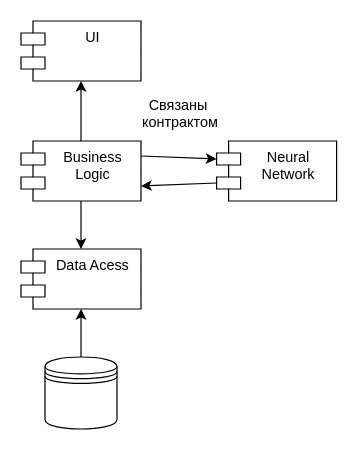
Above: page "components_diag" (1 of 2) of schemes/PPO_components_2.drawio in needsomesleeptd/PPO (draw.io), before the change. Source tidied: cells renumbered, new cells numbered last; positions are measured from the earlier drawing's top-left corner, leaving out a move shared by most shapes. Both pictures are drawn from the tidied source at 120%, with x=0, y=0 at pixel (20, 20).
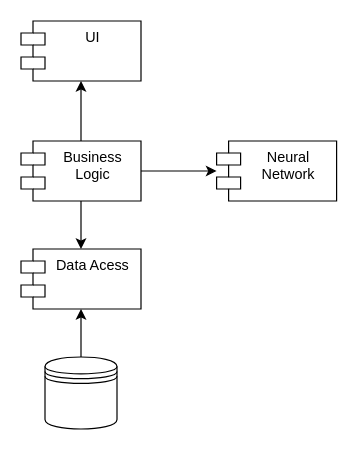
After the change.

What changed in the source:
```diff
@@
 <mxGraphModel>
   <root>
     <mxCell id="0" />
     <mxCell id="1" parent="0" />
     <mxCell id="2" value="UI" style="shape=module;align=left;spacingLeft=20;align=center;verticalAlign=top;whiteSpace=wrap;html=1;" parent="1" vertex="1">
       <mxGeometry width="100" height="50" as="geometry" />
     </mxCell>
     <mxCell id="3" style="edgeStyle=orthogonalEdgeStyle;rounded=0;jettySize=auto;html=1;" parent="1" edge="1" source="5" target="2">
       <mxGeometry relative="1" as="geometry" />
     </mxCell>
     <mxCell id="4" style="edgeStyle=orthogonalEdgeStyle;rounded=0;jettySize=auto;html=1;" parent="1" edge="1" source="5" target="6">
       <mxGeometry relative="1" as="geometry" />
     </mxCell>
     <mxCell id="5" value="Business Logic" style="shape=module;align=left;spacingLeft=20;align=center;verticalAlign=top;whiteSpace=wrap;html=1;" parent="1" vertex="1">
       <mxGeometry y="100" width="100" height="50" as="geometry" />
     </mxCell>
     <mxCell id="6" value="Data Acess" style="shape=module;align=left;spacingLeft=20;align=center;verticalAlign=top;whiteSpace=wrap;html=1;" parent="1" vertex="1">
       <mxGeometry y="190" width="100" height="50" as="geometry" />
     </mxCell>
     <mxCell id="7" style="shape=datastore;whiteSpace=wrap;html=1;" parent="1" vertex="1">
       <mxGeometry x="20" y="280" width="60" height="60" as="geometry" />
     </mxCell>
     <mxCell id="8" style="edgeStyle=orthogonalEdgeStyle;rounded=0;jettySize=auto;html=1;entryX=0.5;entryY=1;entryDx=0;entryDy=0;exitX=0.5;exitY=0;exitDx=0;exitDy=0;" parent="1" edge="1" source="7" target="6">
       <mxGeometry relative="1" as="geometry" />
     </mxCell>
     <mxCell id="9" value="Neural Network" style="shape=module;align=left;spacingLeft=20;align=center;verticalAlign=top;whiteSpace=wrap;html=1;" parent="1" vertex="1">
       <mxGeometry x="163" y="100" width="100" height="50" as="geometry" />
     </mxCell>
-    <mxCell id="10" style="endArrow=classic;html=1;rounded=0;exitX=1;exitY=0.25;exitDx=0;exitDy=0;entryX=0;entryY=0;entryDx=0;entryDy=15;entryPerimeter=0;" parent="1" edge="1" source="5" target="9">
+    <mxCell id="10" style="endArrow=classic;html=1;rounded=0;" parent="1" edge="1" source="5" target="9">
       <mxGeometry relative="1" as="geometry" />
     </mxCell>
-    <mxCell id="11" style="endArrow=classic;html=1;rounded=0;exitX=0;exitY=0;exitDx=0;exitDy=35;entryX=1;entryY=0.75;entryDx=0;entryDy=0;exitPerimeter=0;" parent="1" edge="1" source="9" target="5">
-      <mxGeometry relative="1" as="geometry" />
-    </mxCell>
-    <mxCell id="12" value="Связаны&amp;nbsp;&lt;br&gt;контрактом&lt;div&gt;&lt;br/&gt;&lt;/div&gt;" style="text;html=1;align=center;verticalAlign=middle;whiteSpace=wrap;rounded=0;" parent="1" vertex="1">
-      <mxGeometry x="103" y="70" width="60" height="30" as="geometry" />
-    </mxCell>
   </root>
 </mxGraphModel>
```
